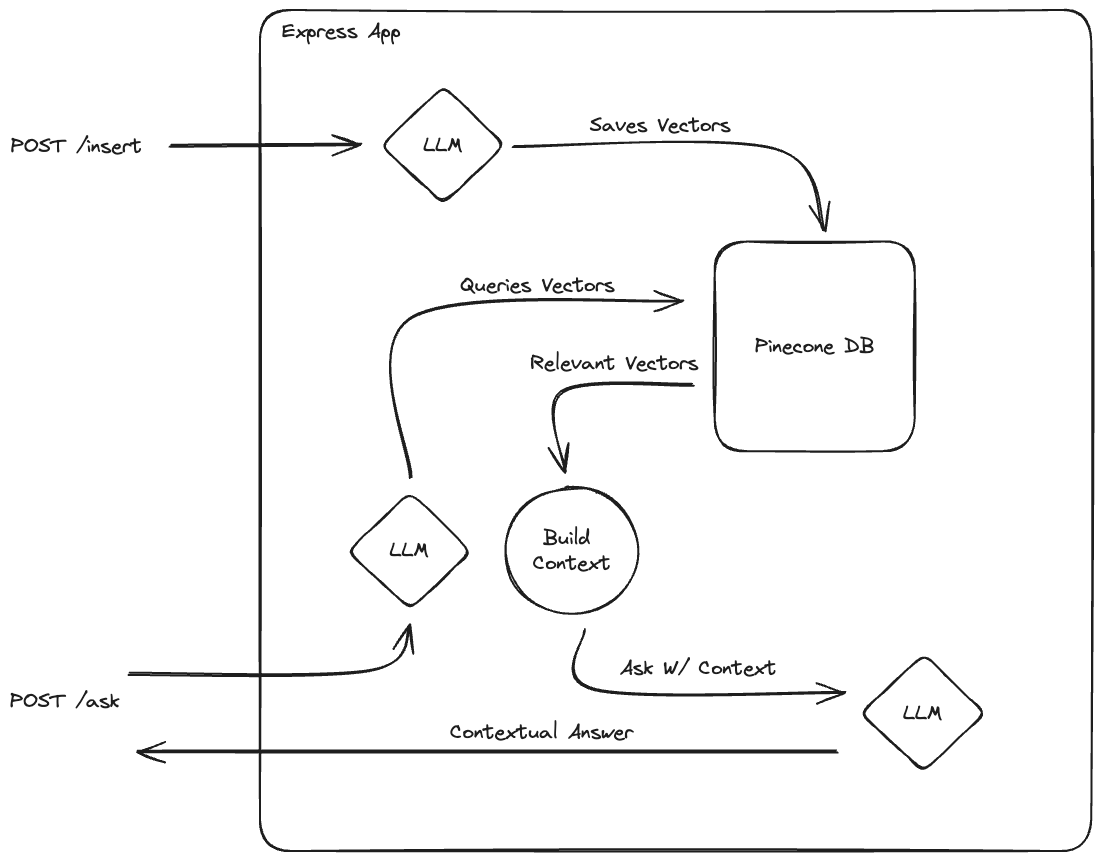
Before: .excalidraw.png, a diagram exported from Excalidraw (rgraue/literate-chain). Source tidied: one line per element, renumbered; positions are measured from the earlier drawing's top-left corner, leaving out a move shared by most shapes.
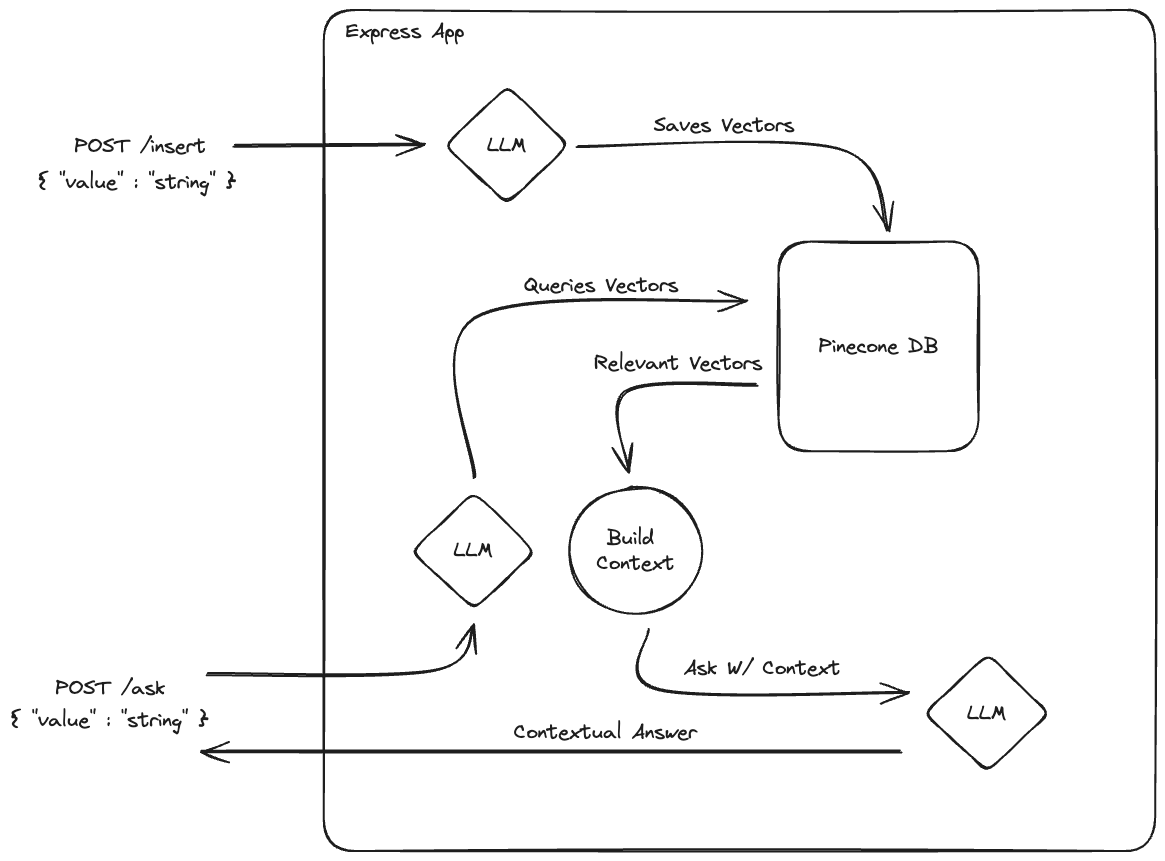
Above is the later version.

Commit message:
add req payload shape to diagram

What changed in the source:
```diff
@@ -15,7 +15,7 @@
 {"id": 14, "type": "arrow", "strokeColor": "#1e1e1e", "strokeWidth": 2, "roughness": 1, "endArrowhead": "arrow", "round": true, "from": 10, "x": 574, "y": 620, "width": 261, "height": 63, "points": [[0, 0], [12, 60], [261, 63]]}
 {"id": 15, "type": "arrow", "strokeColor": "#1e1e1e", "strokeWidth": 2, "roughness": 1, "endArrowhead": "arrow", "round": true, "from": 2, "to": 8, "x": 504, "y": 137, "width": 310, "height": 84, "points": [[0, 0], [261, 1], [310, 84]]}
 {"id": 16, "type": "arrow", "strokeColor": "#1e1e1e", "strokeWidth": 2, "roughness": 1, "endArrowhead": "arrow", "round": true, "x": 827, "y": 741, "width": 700, "height": 1, "points": [[0, 0], [-700, -1]]}
-{"id": 17, "type": "text", "text": "POST /ask", "strokeColor": "#1e1e1e", "strokeWidth": 2, "roughness": 1, "fontSize": 20, "fontFamily": 1, "x": 0, "y": 679, "width": 110, "height": 25}
+{"id": 17, "type": "text", "text": "POST /ask", "strokeColor": "#1e1e1e", "strokeWidth": 2, "roughness": 1, "fontSize": 20, "fontFamily": 1, "x": -18, "y": 666, "width": 110, "height": 25}
 {"id": 18, "type": "text", "text": "POST /insert", "strokeColor": "#1e1e1e", "strokeWidth": 2, "roughness": 1, "fontSize": 20, "fontFamily": 1, "x": 1, "y": 124, "width": 131, "height": 25}
 {"id": 19, "type": "arrow", "strokeColor": "#1e1e1e", "strokeWidth": 2, "roughness": 1, "endArrowhead": "arrow", "round": true, "to": 2, "x": 161, "y": 136, "width": 190, "height": 2, "points": [[0, 0], [190, -2]]}
 {"id": 20, "type": "text", "text": "Saves Vectors", "strokeColor": "#1e1e1e", "strokeWidth": 2, "roughness": 1, "fontSize": 20, "fontFamily": 1, "x": 580, "y": 103, "width": 141, "height": 25}
@@ -23,4 +23,6 @@
 {"id": 22, "type": "text", "text": "Relevant Vectors", "strokeColor": "#1e1e1e", "strokeWidth": 2, "roughness": 1, "fontSize": 20, "fontFamily": 1, "x": 520, "y": 341, "width": 168, "height": 25}
 {"id": 23, "type": "text", "text": "Ask W/ Context", "strokeColor": "#1e1e1e", "strokeWidth": 2, "roughness": 1, "fontSize": 20, "fontFamily": 1, "x": 610, "y": 646, "width": 157, "height": 25}
 {"id": 24, "type": "text", "text": "Contextual Answer", "strokeColor": "#1e1e1e", "strokeWidth": 2, "roughness": 1, "fontSize": 20, "fontFamily": 1, "x": 440, "y": 710, "width": 183, "height": 25}
-{"id": 25, "type": "arrow", "strokeColor": "#1e1e1e", "strokeWidth": 2, "roughness": 1, "endArrowhead": "arrow", "round": true, "from": 17, "to": 4, "x": 119, "y": 664, "width": 281, "height": 49, "points": [[0, 0], [241, -3], [281, -49]]}
+{"id": 25, "type": "arrow", "strokeColor": "#1e1e1e", "strokeWidth": 2, "roughness": 1, "endArrowhead": "arrow", "round": true, "to": 4, "x": 133, "y": 664, "width": 267, "height": 49, "points": [[0, 0], [226, -3], [267, -49]]}
+{"id": 26, "type": "text", "text": "{ \"value\" : \"string\" }", "strokeColor": "#1e1e1e", "strokeWidth": 2, "roughness": 1, "fontSize": 20, "fontFamily": 1, "x": -36, "y": 160, "width": 198, "height": 25}
+{"id": 27, "type": "text", "text": "{ \"value\" : \"string\" }", "strokeColor": "#1e1e1e", "strokeWidth": 2, "roughness": 1, "fontSize": 20, "fontFamily": 1, "x": -64, "y": 698, "width": 198, "height": 25}
```
